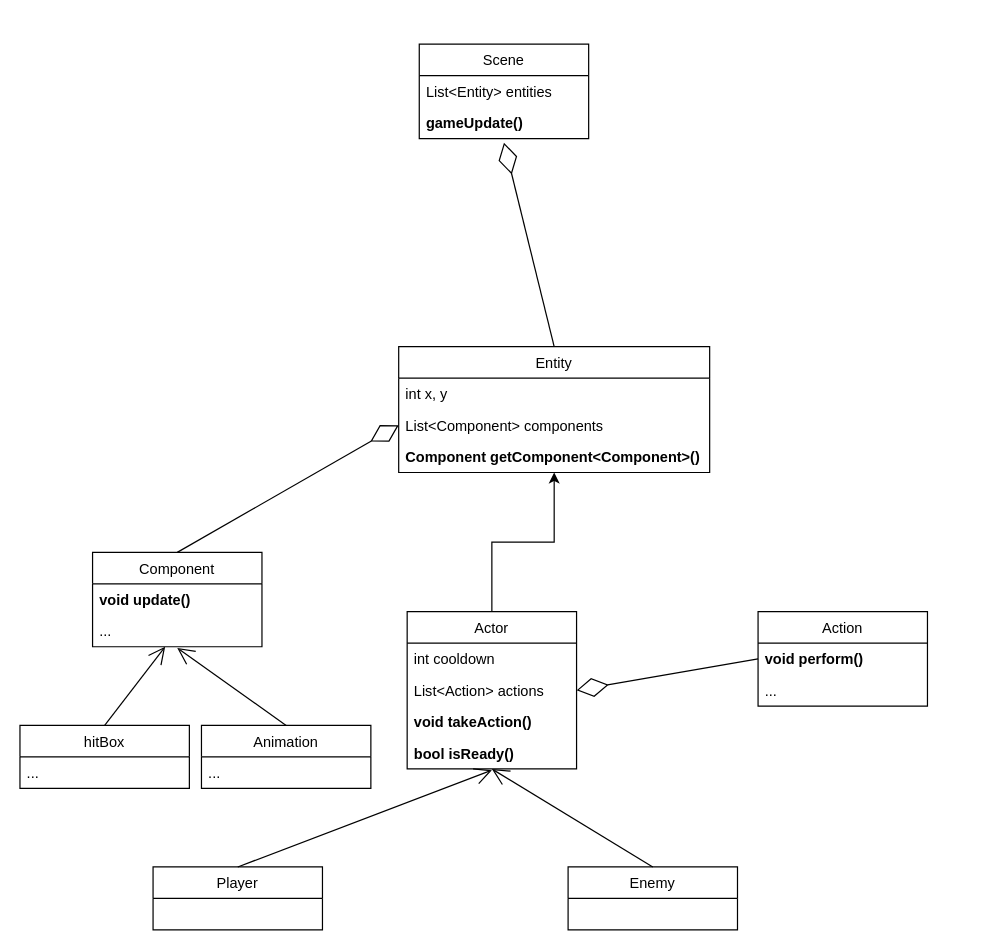
This is diagramme.drawio from Shtrow/opengl_engine, a draw.io file, before an edit. Source tidied: cells renumbered, new cells numbered last; positions are measured from the earlier drawing's top-left corner, leaving out a move shared by most shapes. Both pictures are drawn from the tidied source at 121%, with x=0, y=0 at pixel (19, 44).
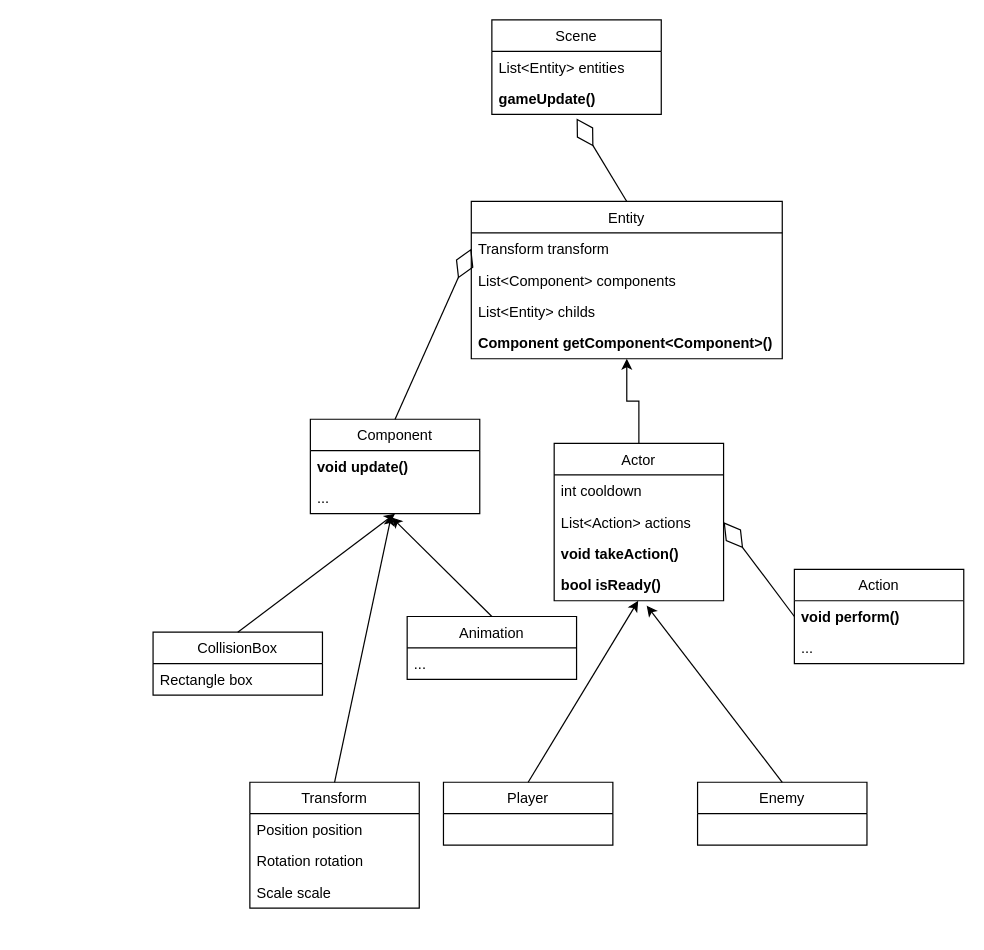
The same page after the edit.

Commit message (it also covers changes not shown here):
nouveau diagramme

Unchanged cells that the change refers to:
```xml
<mxCell id="10" value="bool isReady()" style="text;strokeColor=none;fillColor=none;align=left;verticalAlign=top;spacingLeft=4;spacingRight=4;overflow=hidden;points=[[0,0.5],[1,0.5]];portConstraint=eastwest;fontStyle=1;" parent="6" vertex="1">
  <mxGeometry y="104" width="140" height="26" as="geometry" />
</mxCell>
<mxCell id="17" value="..." style="text;strokeColor=none;fillColor=none;align=left;verticalAlign=top;spacingLeft=4;spacingRight=4;overflow=hidden;points=[[0,0.5],[1,0.5]];portConstraint=eastwest;" parent="15" vertex="1">
  <mxGeometry y="52" width="140" height="26" as="geometry" />
</mxCell>
```

What changed in the source:
```diff
@@
     <mxCell id="2" value="Scene" style="swimlane;fontStyle=0;horizontal=1;startSize=26;fillColor=none;" parent="1" vertex="1">
-      <mxGeometry x="330" width="140" height="78" as="geometry" />
+      <mxGeometry x="390" y="-20" width="140" height="78" as="geometry" />
     </mxCell>
@@
     <mxCell id="6" value="Actor" style="swimlane;fontStyle=0;horizontal=1;startSize=26;fillColor=none;" parent="1" vertex="1">
-      <mxGeometry x="320" y="469" width="140" height="130" as="geometry" />
+      <mxGeometry x="441.5" y="330" width="140" height="130" as="geometry" />
     </mxCell>
@@
     <mxCell id="11" value="Entity" style="swimlane;fontStyle=0;horizontal=1;startSize=26;fillColor=none;" parent="1" vertex="1">
-      <mxGeometry x="313" y="250" width="257" height="104" as="geometry" />
+      <mxGeometry x="373" y="130" width="257" height="130" as="geometry" />
     </mxCell>
-    <mxCell id="12" value="int x, y" style="text;strokeColor=none;fillColor=none;align=left;verticalAlign=top;spacingLeft=4;spacingRight=4;overflow=hidden;" parent="11" vertex="1">
-      <mxGeometry y="26" width="257" height="26" as="geometry" />
-    </mxCell>
-    <mxCell id="13" value="List&lt;Component&gt; components&#10;" style="text;strokeColor=none;fillColor=none;align=left;verticalAlign=top;spacingLeft=4;spacingRight=4;overflow=hidden;points=[[0,0.5],[1,0.5]];portConstraint=eastwest;" parent="11" vertex="1">
-      <mxGeometry y="52" width="257" height="26" as="geometry" />
+    <mxCell id="13" value="Transform transform" style="text;strokeColor=none;fillColor=none;align=left;verticalAlign=top;spacingLeft=4;spacingRight=4;overflow=hidden;points=[[0,0.5],[1,0.5]];portConstraint=eastwest;" parent="11" vertex="1">
+      <mxGeometry y="26" width="257" height="26" as="geometry" />
     </mxCell>
+    <mxCell id="34" value="List&lt;Component&gt; components&#10;" style="text;strokeColor=none;fillColor=none;align=left;verticalAlign=top;spacingLeft=4;spacingRight=4;overflow=hidden;" parent="11" vertex="1">
+      <mxGeometry y="52" width="257" height="26" as="geometry" />
+    </mxCell>
+    <mxCell id="35" value="List&lt;Entity&gt; childs" style="text;strokeColor=none;fillColor=none;align=left;verticalAlign=top;spacingLeft=4;spacingRight=4;overflow=hidden;" parent="11" vertex="1">
+      <mxGeometry y="78" width="257" height="26" as="geometry" />
+    </mxCell>
     <mxCell id="14" value="Component getComponent&lt;Component&gt;()" style="text;strokeColor=none;fillColor=none;align=left;verticalAlign=top;spacingLeft=4;spacingRight=4;overflow=hidden;fontStyle=1;" parent="11" vertex="1">
-      <mxGeometry y="78" width="257" height="26" as="geometry" />
+      <mxGeometry y="104" width="257" height="26" as="geometry" />
     </mxCell>
     <mxCell id="15" value="Component" style="swimlane;fontStyle=0;horizontal=1;startSize=26;fillColor=none;" parent="1" vertex="1">
-      <mxGeometry x="60" y="420" width="140" height="78" as="geometry" />
+      <mxGeometry x="240" y="310" width="140" height="78" as="geometry" />
     </mxCell>
@@
+    <mxCell id="36" style="endArrow=classic;html=1;exitX=0.5;exitY=0;exitDx=0;exitDy=0;" parent="15" edge="1" source="31">
+      <mxGeometry relative="1" as="geometry">
+        <mxPoint x="70" y="78" as="targetPoint" />
+      </mxGeometry>
+    </mxCell>
     <mxCell id="18" value="Player" style="swimlane;fontStyle=0;horizontal=1;startSize=26;fillColor=none;" parent="1" vertex="1">
-      <mxGeometry x="110" y="680" width="140" height="52" as="geometry" />
+      <mxGeometry x="350" y="610" width="140" height="52" as="geometry" />
     </mxCell>
     <mxCell id="19" value="Enemy" style="swimlane;fontStyle=0;horizontal=1;startSize=26;fillColor=none;" parent="1" vertex="1">
-      <mxGeometry x="453" y="680" width="140" height="52" as="geometry" />
+      <mxGeometry x="560" y="610" width="140" height="52" as="geometry" />
     </mxCell>
-    <mxCell id="20" style="endArrow=open;endFill=1;endSize=12;html=1;entryX=0.5;entryY=1;entryDx=0;entryDy=0;exitX=0.5;exitY=0;exitDx=0;exitDy=0;" parent="1" edge="1" source="19" target="6">
-      <mxGeometry relative="1" as="geometry" />
-    </mxCell>
-    <mxCell id="21" style="endArrow=open;endFill=1;endSize=12;html=1;exitX=0.5;exitY=0;exitDx=0;exitDy=0;" parent="1" edge="1" source="18">
-      <mxGeometry relative="1" as="geometry">
-        <mxPoint x="390" y="600" as="targetPoint" />
-      </mxGeometry>
-    </mxCell>
     <mxCell id="22" value="Action" style="swimlane;fontStyle=0;horizontal=1;startSize=26;fillColor=none;" parent="1" vertex="1">
-      <mxGeometry x="610" y="469" width="140" height="78" as="geometry" />
+      <mxGeometry x="640" y="434" width="140" height="78" as="geometry" />
     </mxCell>
@@
-    <mxCell id="28" style="endArrow=open;endFill=1;endSize=12;html=1;exitX=0.5;exitY=0;exitDx=0;exitDy=0;" parent="1" edge="1" source="29">
-      <mxGeometry relative="1" as="geometry">
-        <mxPoint x="130" y="499" as="targetPoint" />
-      </mxGeometry>
-    </mxCell>
     <mxCell id="29" value="Animation" style="swimlane;fontStyle=0;horizontal=1;startSize=26;fillColor=none;" parent="1" vertex="1">
-      <mxGeometry x="150" y="563" width="140" height="52" as="geometry" />
+      <mxGeometry x="320" y="473" width="140" height="52" as="geometry" />
     </mxCell>
@@
-    <mxCell id="31" value="hitBox" style="swimlane;fontStyle=0;horizontal=1;startSize=26;fillColor=none;" parent="1" vertex="1">
-      <mxGeometry y="563" width="140" height="52" as="geometry" />
+    <mxCell id="31" value="CollisionBox" style="swimlane;fontStyle=0;horizontal=1;startSize=26;fillColor=none;" parent="1" vertex="1">
+      <mxGeometry x="110" y="486" width="140" height="52" as="geometry" />
     </mxCell>
-    <mxCell id="32" value="..." style="text;strokeColor=none;fillColor=none;align=left;verticalAlign=top;spacingLeft=4;spacingRight=4;overflow=hidden;" parent="31" vertex="1">
+    <mxCell id="32" value="Rectangle box" style="text;strokeColor=none;fillColor=none;align=left;verticalAlign=top;spacingLeft=4;spacingRight=4;overflow=hidden;" parent="31" vertex="1">
       <mxGeometry y="26" width="140" height="26" as="geometry" />
     </mxCell>
-    <mxCell id="33" style="endArrow=open;endFill=1;endSize=12;html=1;exitX=0.5;exitY=0;exitDx=0;exitDy=0;" parent="1" edge="1" source="31" target="17">
-      <mxGeometry relative="1" as="geometry" />
-    </mxCell>
+    <mxCell id="37" style="endArrow=classic;html=1;entryX=0.479;entryY=1.115;entryDx=0;entryDy=0;entryPerimeter=0;exitX=0.5;exitY=0;exitDx=0;exitDy=0;" parent="1" edge="1" source="29" target="17">
+      <mxGeometry relative="1" as="geometry" />
+    </mxCell>
+    <mxCell id="38" style="endArrow=classic;html=1;entryX=0.496;entryY=1;entryDx=0;entryDy=0;entryPerimeter=0;exitX=0.5;exitY=0;exitDx=0;exitDy=0;" parent="1" edge="1" source="18" target="10">
+      <mxGeometry relative="1" as="geometry" />
+    </mxCell>
+    <mxCell id="39" style="endArrow=classic;html=1;exitX=0.5;exitY=0;exitDx=0;exitDy=0;entryX=0.546;entryY=1.154;entryDx=0;entryDy=0;entryPerimeter=0;" parent="1" edge="1" source="19" target="10">
+      <mxGeometry relative="1" as="geometry" />
+    </mxCell>
+    <mxCell id="40" value="Transform" style="swimlane;fontStyle=0;horizontal=1;startSize=26;fillColor=none;" parent="1" vertex="1">
+      <mxGeometry x="190" y="610" width="140" height="104" as="geometry" />
+    </mxCell>
+    <mxCell id="41" value="Position position&#10;&#10;" style="text;strokeColor=none;fillColor=none;align=left;verticalAlign=top;spacingLeft=4;spacingRight=4;overflow=hidden;" parent="40" vertex="1">
+      <mxGeometry y="26" width="140" height="26" as="geometry" />
+    </mxCell>
+    <mxCell id="42" value="Rotation rotation" style="text;strokeColor=none;fillColor=none;align=left;verticalAlign=top;spacingLeft=4;spacingRight=4;overflow=hidden;" parent="40" vertex="1">
+      <mxGeometry y="52" width="140" height="26" as="geometry" />
+    </mxCell>
+    <mxCell id="43" value="Scale scale" style="text;strokeColor=none;fillColor=none;align=left;verticalAlign=top;spacingLeft=4;spacingRight=4;overflow=hidden;" parent="40" vertex="1">
+      <mxGeometry y="78" width="140" height="26" as="geometry" />
+    </mxCell>
+    <mxCell id="44" style="endArrow=classic;html=1;exitX=0.5;exitY=0;exitDx=0;exitDy=0;entryX=0.479;entryY=1.038;entryDx=0;entryDy=0;entryPerimeter=0;" parent="1" edge="1" source="40" target="17">
+      <mxGeometry relative="1" as="geometry" />
+    </mxCell>
```
